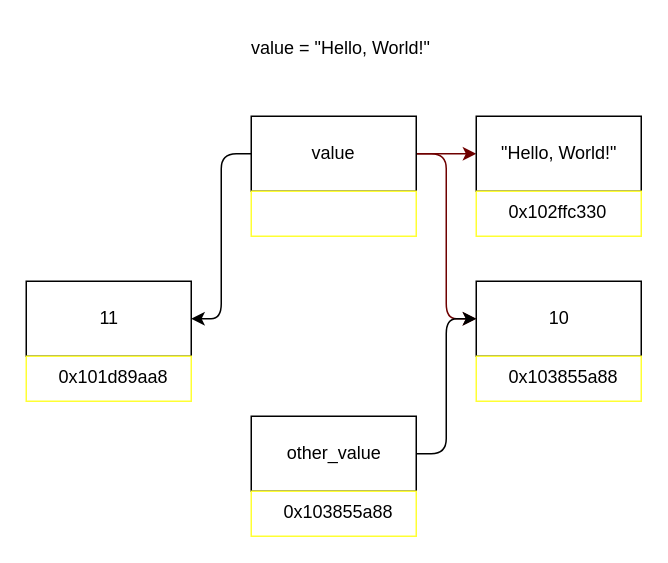
0xbalazstoth/edupy keeps this draw.io diagram as Course/2_Data types, variables/2_0_variables_memory.drawio. Above is the earlier version. Source tidied: cells renumbered, new cells numbered last; positions are measured from the earlier drawing's top-left corner, leaving out a move shared by most shapes. Both pictures are drawn from the tidied source at 150%, with x=0, y=0 at pixel (26, 26).
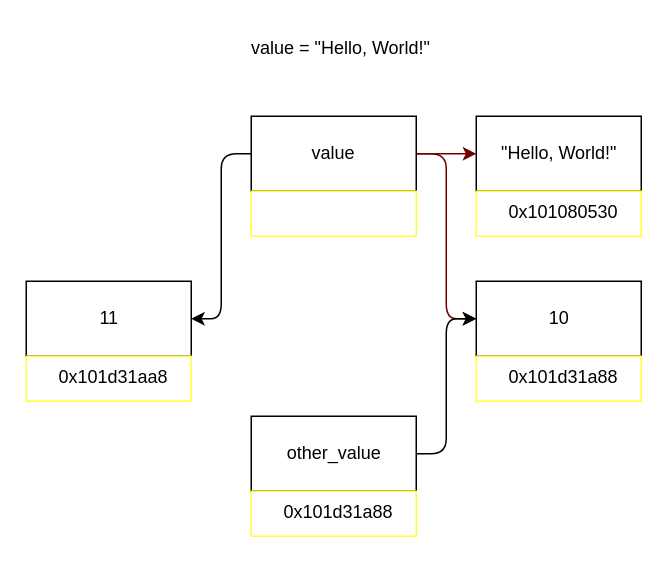
The same diagram, later.

Change to the diagram source:
```diff
@@
-    <mxCell id="12" value="0x102ffc330" style="text;whiteSpace=wrap;html=1;" parent="1" vertex="1">
+    <mxCell id="12" value="0x101080530" style="text;whiteSpace=wrap;html=1;" parent="1" vertex="1">
       <mxGeometry x="320" y="110" width="70" height="30" as="geometry" />
     </mxCell>
@@
-    <mxCell id="16" value="0x103855a88" style="text;whiteSpace=wrap;html=1;" parent="1" vertex="1">
+    <mxCell id="16" value="0x101d31a88" style="text;whiteSpace=wrap;html=1;" parent="1" vertex="1">
       <mxGeometry x="320" y="220" width="70" height="30" as="geometry" />
     </mxCell>
@@
-    <mxCell id="24" value="0x101d89aa8" style="text;whiteSpace=wrap;html=1;" parent="1" vertex="1">
+    <mxCell id="24" value="0x101d31aa8" style="text;whiteSpace=wrap;html=1;" parent="1" vertex="1">
       <mxGeometry x="20" y="220" width="70" height="30" as="geometry" />
     </mxCell>
-    <mxCell id="25" value="0x103855a88" style="text;whiteSpace=wrap;html=1;" parent="1" vertex="1">
+    <mxCell id="25" value="0x101d31a88" style="text;whiteSpace=wrap;html=1;" parent="1" vertex="1">
       <mxGeometry x="170" y="310" width="70" height="30" as="geometry" />
     </mxCell>
```
